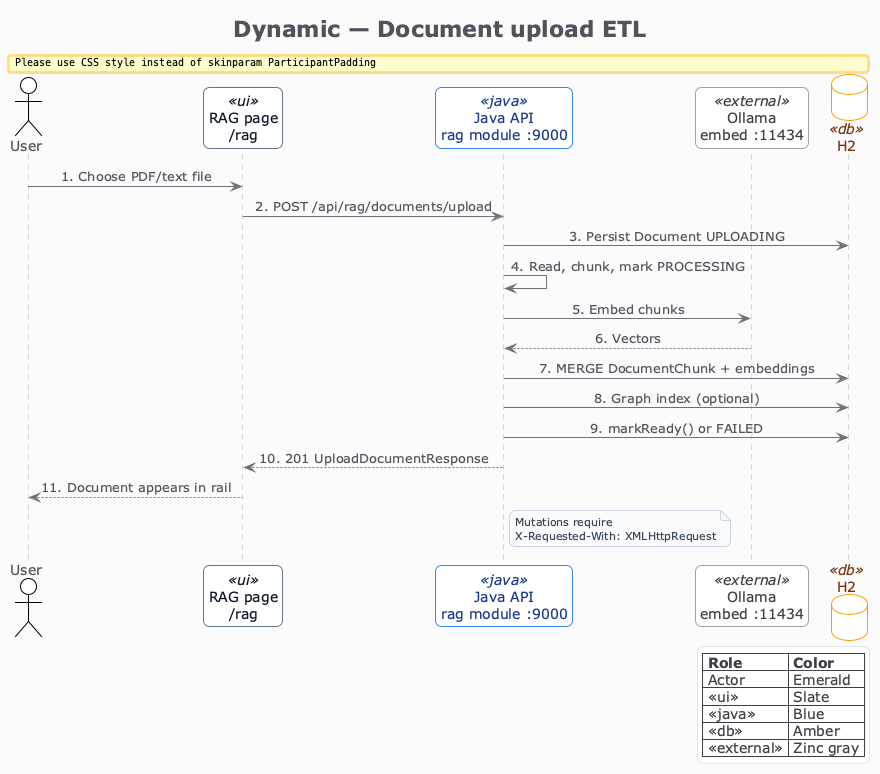
Before: explore-ai/docs/developer/c4-model/png/C4-Dynamic-Document-Upload.png, a diagram exported from PlantUML (felixzhu97/explore). Source of this version:
```plantuml
@startuml C4-Dynamic-Document-Upload
!include style-zinc.puml

title Dynamic — Document upload ETL

actor User as user
participant "RAG page\n/rag" as ui <<ui>>
participant "Java API\nrag module :9000" as api <<java>>
participant "Ollama\nembed :11434" as ollama <<external>>
database "H2" as db <<db>>

user -> ui: 1. Choose PDF/text file
ui -> api: 2. POST /api/rag/documents/upload
api -> db: 3. Persist Document UPLOADING
api -> api: 4. Read, chunk, mark PROCESSING
api -> ollama: 5. Embed chunks
ollama --> api: 6. Vectors
api -> db: 7. MERGE DocumentChunk + embeddings
api -> db: 8. Graph index (optional)
api -> db: 9. markReady() or FAILED
api --> ui: 10. 201 UploadDocumentResponse
ui --> user: 11. Document appears in rail

legend right
  |= Role |= Color |
  | Actor | Emerald |
  | <<ui>> | Slate |
  | <<java>> | Blue |
  | <<db>> | Amber |
  | <<external>> | Zinc gray |
endlegend

note right of api
  Mutations require
  X-Requested-With: XMLHttpRequest
end note

@enduml
```
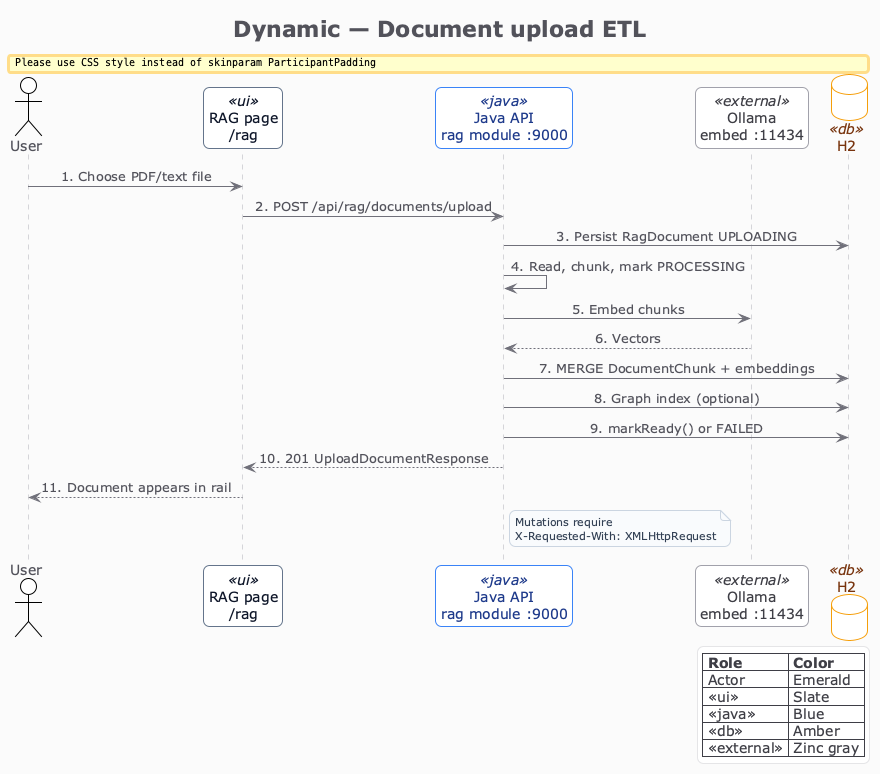
Above is the later version.

What changed in the source:
```diff
@@ -11,7 +11,7 @@
 
 user -> ui: 1. Choose PDF/text file
 ui -> api: 2. POST /api/rag/documents/upload
-api -> db: 3. Persist Document UPLOADING
+api -> db: 3. Persist RagDocument UPLOADING
 api -> api: 4. Read, chunk, mark PROCESSING
 api -> ollama: 5. Embed chunks
 ollama --> api: 6. Vectors
```
